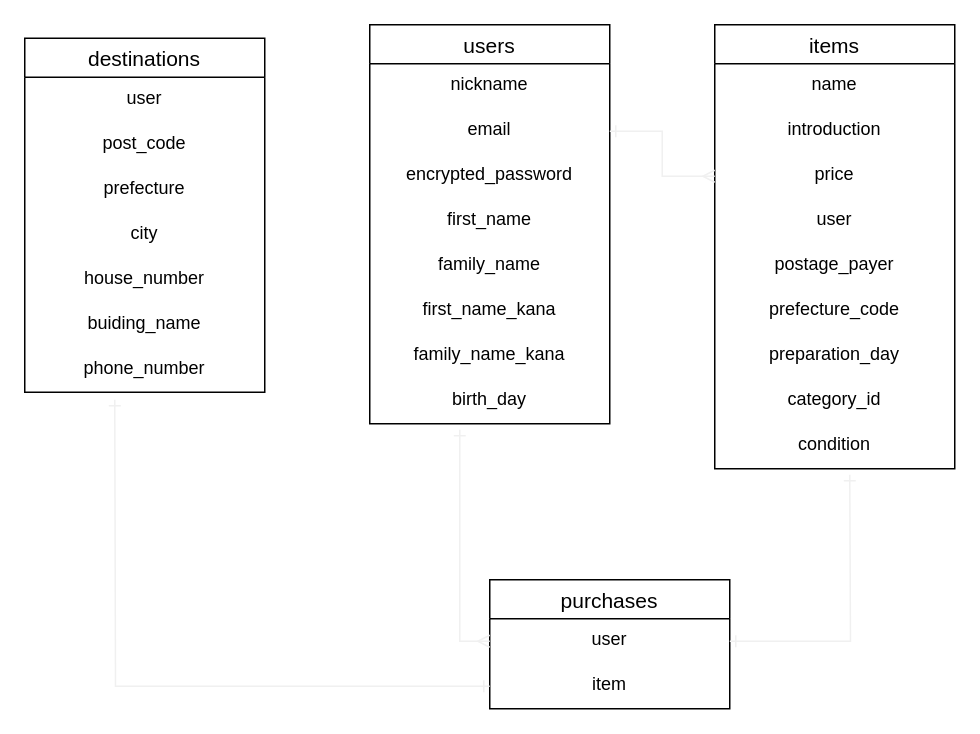
yryuz/furima-35205 keeps this draw.io diagram as furima.dio. Above is the earlier version. Source tidied: cells renumbered, new cells numbered last; positions are measured from the earlier drawing's top-left corner, leaving out a move shared by most shapes. Both pictures are drawn from the tidied source at 150%, with x=0, y=0 at pixel (24, 24).
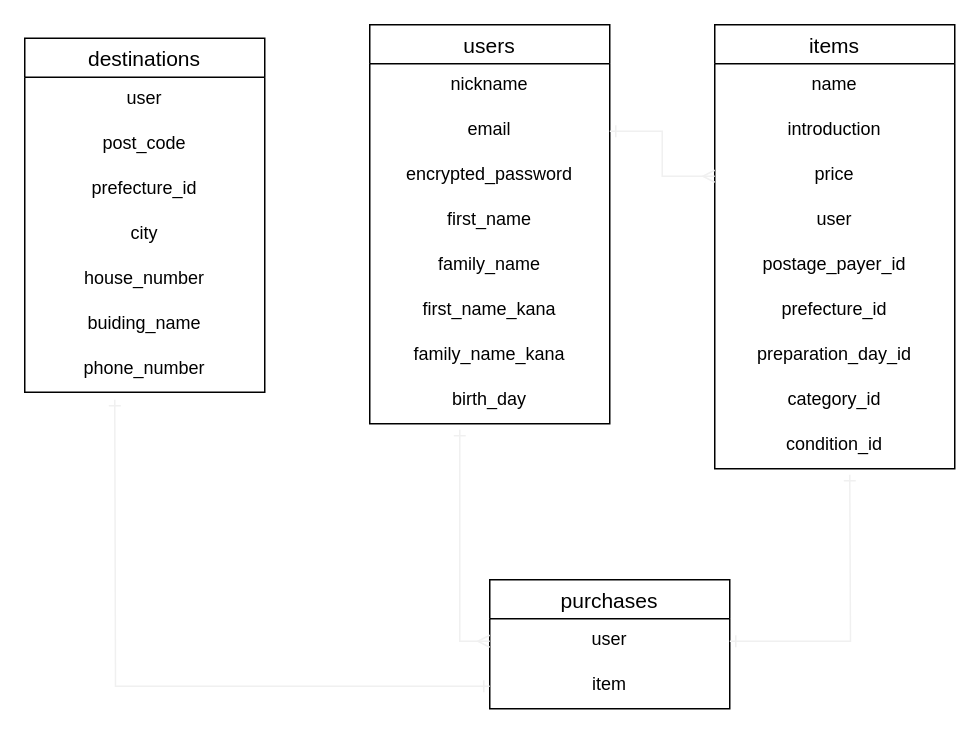
The same page after the edit.

Commit message (it also covers changes not shown here):
データベースの修正3

The change refers to these unchanged cells:
```xml
<mxCell id="11" value="items" style="swimlane;fontStyle=0;horizontal=1;startSize=26;align=center;fontSize=14;" parent="1" vertex="1">
  <mxGeometry x="460" width="160" height="296" as="geometry" />
</mxCell>
<mxCell id="21" value="destinations" style="swimlane;fontStyle=0;horizontal=1;startSize=26;align=center;fontSize=14;" parent="1" vertex="1">
  <mxGeometry y="9" width="160" height="236" as="geometry" />
</mxCell>
```

Diff of the diagram source:
```diff
@@
-    <mxCell id="16" value="postage_payer" style="text;strokeColor=none;fillColor=none;spacingLeft=4;spacingRight=4;overflow=hidden;fontSize=12;align=center;" parent="11" vertex="1">
+    <mxCell id="16" value="postage_payer_id" style="text;strokeColor=none;fillColor=none;spacingLeft=4;spacingRight=4;overflow=hidden;fontSize=12;align=center;" parent="11" vertex="1">
       <mxGeometry y="146" width="160" height="30" as="geometry" />
     </mxCell>
-    <mxCell id="17" value="prefecture_code" style="text;strokeColor=none;fillColor=none;spacingLeft=4;spacingRight=4;overflow=hidden;fontSize=12;align=center;" parent="11" vertex="1">
+    <mxCell id="17" value="prefecture_id" style="text;strokeColor=none;fillColor=none;spacingLeft=4;spacingRight=4;overflow=hidden;fontSize=12;align=center;" parent="11" vertex="1">
       <mxGeometry y="176" width="160" height="30" as="geometry" />
     </mxCell>
-    <mxCell id="18" value="preparation_day" style="text;strokeColor=none;fillColor=none;spacingLeft=4;spacingRight=4;overflow=hidden;fontSize=12;align=center;" parent="11" vertex="1">
+    <mxCell id="18" value="preparation_day_id" style="text;strokeColor=none;fillColor=none;spacingLeft=4;spacingRight=4;overflow=hidden;fontSize=12;align=center;" parent="11" vertex="1">
       <mxGeometry y="206" width="160" height="30" as="geometry" />
     </mxCell>
@@
-    <mxCell id="20" value="condition" style="text;strokeColor=none;fillColor=none;spacingLeft=4;spacingRight=4;overflow=hidden;fontSize=12;align=center;" parent="11" vertex="1">
+    <mxCell id="20" value="condition_id" style="text;strokeColor=none;fillColor=none;spacingLeft=4;spacingRight=4;overflow=hidden;fontSize=12;align=center;" parent="11" vertex="1">
       <mxGeometry y="266" width="160" height="30" as="geometry" />
     </mxCell>
@@
-    <mxCell id="24" value="prefecture" style="text;strokeColor=none;fillColor=none;spacingLeft=4;spacingRight=4;overflow=hidden;fontSize=12;align=center;" parent="21" vertex="1">
+    <mxCell id="24" value="prefecture_id" style="text;strokeColor=none;fillColor=none;spacingLeft=4;spacingRight=4;overflow=hidden;fontSize=12;align=center;" parent="21" vertex="1">
       <mxGeometry y="86" width="160" height="30" as="geometry" />
     </mxCell>
```
